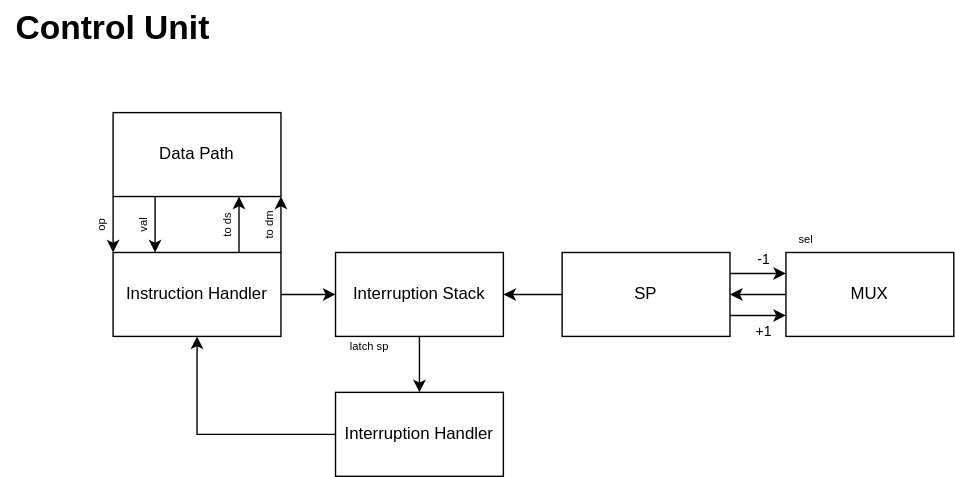
niikmynick/csa-lab3 keeps this draw.io diagram as schemes/CU.svg. Above is the earlier version. Source tidied: cells renumbered, new cells last; positions are measured from the earlier drawing's top-left corner, leaving out a move shared by most shapes. The source it was exported from:
```xml
<mxGraphModel>
  <root>
    <mxCell id="0" />
    <mxCell id="1" parent="0" />
    <mxCell id="2" value="&lt;font style=&quot;font-size: 24px;&quot;&gt;&lt;b&gt;Control Unit&lt;/b&gt;&lt;/font&gt;" style="text;html=1;align=center;verticalAlign=middle;whiteSpace=wrap;rounded=0;" parent="1" vertex="1">
      <mxGeometry width="160" height="40" as="geometry" />
    </mxCell>
    <mxCell id="3" style="edgeStyle=orthogonalEdgeStyle;rounded=0;jettySize=auto;html=1;exitX=0;exitY=1;exitDx=0;exitDy=0;entryX=0;entryY=0;entryDx=0;entryDy=0;" parent="1" edge="1" source="5" target="17">
      <mxGeometry relative="1" as="geometry" />
    </mxCell>
    <mxCell id="4" style="edgeStyle=orthogonalEdgeStyle;rounded=0;jettySize=auto;html=1;exitX=0.25;exitY=1;exitDx=0;exitDy=0;entryX=0.25;entryY=0;entryDx=0;entryDy=0;" parent="1" edge="1" source="5" target="17">
      <mxGeometry relative="1" as="geometry" />
    </mxCell>
    <mxCell id="5" value="Data Path" style="rounded=0;whiteSpace=wrap;html=1;" parent="1" vertex="1">
      <mxGeometry x="80" y="80" width="120" height="60" as="geometry" />
    </mxCell>
    <mxCell id="6" style="edgeStyle=orthogonalEdgeStyle;rounded=0;jettySize=auto;html=1;" parent="1" edge="1" source="7" target="19">
      <mxGeometry relative="1" as="geometry" />
    </mxCell>
    <mxCell id="7" value="Interruption Stack" style="rounded=0;whiteSpace=wrap;html=1;" parent="1" vertex="1">
      <mxGeometry x="239" y="180" width="120" height="60" as="geometry" />
    </mxCell>
    <mxCell id="8" style="edgeStyle=orthogonalEdgeStyle;rounded=0;jettySize=auto;html=1;" parent="1" edge="1" source="9" target="13">
      <mxGeometry relative="1" as="geometry" />
    </mxCell>
    <mxCell id="9" value="MUX" style="rounded=0;whiteSpace=wrap;html=1;" parent="1" vertex="1">
      <mxGeometry x="561" y="180" width="120" height="60" as="geometry" />
    </mxCell>
    <mxCell id="10" style="edgeStyle=orthogonalEdgeStyle;rounded=0;jettySize=auto;html=1;" parent="1" edge="1" source="13" target="7">
      <mxGeometry relative="1" as="geometry" />
    </mxCell>
    <mxCell id="11" style="edgeStyle=orthogonalEdgeStyle;rounded=0;jettySize=auto;html=1;exitX=1;exitY=0.75;exitDx=0;exitDy=0;entryX=0;entryY=0.75;entryDx=0;entryDy=0;" parent="1" edge="1" source="13" target="9">
      <mxGeometry relative="1" as="geometry" />
    </mxCell>
    <mxCell id="12" style="edgeStyle=orthogonalEdgeStyle;rounded=0;jettySize=auto;html=1;exitX=1;exitY=0.25;exitDx=0;exitDy=0;entryX=0;entryY=0.25;entryDx=0;entryDy=0;" parent="1" edge="1" source="13" target="9">
      <mxGeometry relative="1" as="geometry" />
    </mxCell>
    <mxCell id="13" value="SP" style="rounded=0;whiteSpace=wrap;html=1;" parent="1" vertex="1">
      <mxGeometry x="401" y="180" width="120" height="60" as="geometry" />
    </mxCell>
    <mxCell id="14" style="edgeStyle=orthogonalEdgeStyle;rounded=0;jettySize=auto;html=1;" parent="1" edge="1" source="17" target="7">
      <mxGeometry relative="1" as="geometry" />
    </mxCell>
    <mxCell id="15" style="edgeStyle=orthogonalEdgeStyle;rounded=0;jettySize=auto;html=1;exitX=0.75;exitY=0;exitDx=0;exitDy=0;entryX=0.75;entryY=1;entryDx=0;entryDy=0;" parent="1" edge="1" source="17" target="5">
      <mxGeometry relative="1" as="geometry" />
    </mxCell>
    <mxCell id="16" style="edgeStyle=orthogonalEdgeStyle;rounded=0;jettySize=auto;html=1;exitX=1;exitY=0;exitDx=0;exitDy=0;entryX=1;entryY=1;entryDx=0;entryDy=0;" parent="1" edge="1" source="17" target="5">
      <mxGeometry relative="1" as="geometry" />
    </mxCell>
    <mxCell id="17" value="Instruction Handler" style="rounded=0;whiteSpace=wrap;html=1;" parent="1" vertex="1">
      <mxGeometry x="80" y="180" width="120" height="60" as="geometry" />
    </mxCell>
    <mxCell id="18" style="edgeStyle=orthogonalEdgeStyle;rounded=0;jettySize=auto;html=1;exitX=0;exitY=0.5;exitDx=0;exitDy=0;entryX=0.5;entryY=1;entryDx=0;entryDy=0;" parent="1" edge="1" source="19" target="17">
      <mxGeometry relative="1" as="geometry" />
    </mxCell>
    <mxCell id="19" value="Interruption Handler" style="rounded=0;whiteSpace=wrap;html=1;" parent="1" vertex="1">
      <mxGeometry x="239" y="280" width="120" height="60" as="geometry" />
    </mxCell>
    <mxCell id="20" value="&lt;font style=&quot;font-size: 10px;&quot;&gt;+1&lt;/font&gt;" style="text;html=1;align=center;verticalAlign=middle;strokeColor=none;fillColor=none;" parent="1" vertex="1">
      <mxGeometry x="530" y="220.5" width="30" height="30" as="geometry" />
    </mxCell>
    <mxCell id="21" value="&lt;font style=&quot;font-size: 10px;&quot;&gt;-1&lt;/font&gt;" style="text;html=1;align=center;verticalAlign=middle;strokeColor=none;fillColor=none;" parent="1" vertex="1">
      <mxGeometry x="530" y="170" width="30" height="30" as="geometry" />
    </mxCell>
    <mxCell id="22" value="&lt;font style=&quot;font-size: 8px;&quot;&gt;latch sp&lt;/font&gt;" style="text;html=1;align=center;verticalAlign=middle;strokeColor=none;fillColor=none;rotation=0;" parent="1" vertex="1">
      <mxGeometry x="238" y="231" width="50" height="30" as="geometry" />
    </mxCell>
    <mxCell id="23" value="&lt;font style=&quot;font-size: 8px;&quot;&gt;sel&lt;/font&gt;" style="text;html=1;align=center;verticalAlign=middle;strokeColor=none;fillColor=none;" parent="1" vertex="1">
      <mxGeometry x="560" y="155" width="30" height="30" as="geometry" />
    </mxCell>
    <mxCell id="24" value="&lt;font style=&quot;font-size: 8px;&quot;&gt;op&lt;/font&gt;" style="text;html=1;align=center;verticalAlign=middle;strokeColor=none;fillColor=none;rotation=-90;" parent="1" vertex="1">
      <mxGeometry x="56" y="146" width="30" height="30" as="geometry" />
    </mxCell>
    <mxCell id="25" value="&lt;font style=&quot;font-size: 8px;&quot;&gt;val&lt;/font&gt;" style="text;html=1;align=center;verticalAlign=middle;strokeColor=none;fillColor=none;rotation=-90;" parent="1" vertex="1">
      <mxGeometry x="86" y="146" width="30" height="30" as="geometry" />
    </mxCell>
    <mxCell id="26" value="&lt;font style=&quot;font-size: 8px;&quot;&gt;to ds&lt;/font&gt;" style="text;html=1;align=center;verticalAlign=middle;strokeColor=none;fillColor=none;rotation=-90;" parent="1" vertex="1">
      <mxGeometry x="141" y="146" width="40" height="30" as="geometry" />
    </mxCell>
    <mxCell id="27" value="&lt;span style=&quot;font-size: 8px;&quot;&gt;to dm&lt;/span&gt;" style="text;html=1;align=center;verticalAlign=middle;strokeColor=none;fillColor=none;rotation=-90;" parent="1" vertex="1">
      <mxGeometry x="171" y="146" width="40" height="30" as="geometry" />
    </mxCell>
  </root>
</mxGraphModel>
```
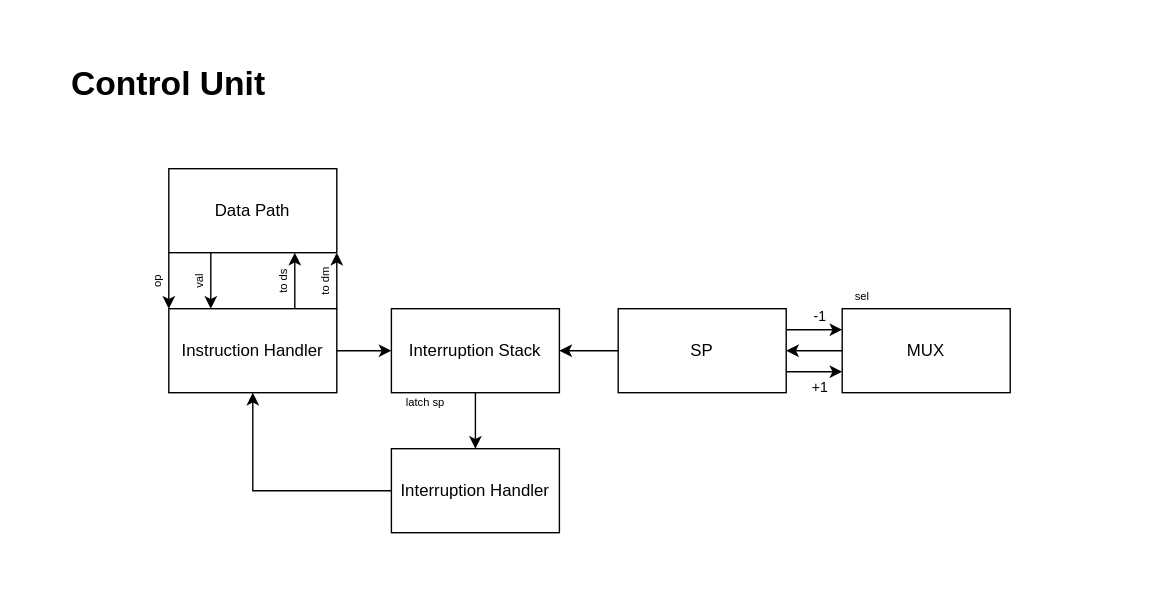
After the commit.

What changed in the source:
```diff
@@ -2,6 +2,9 @@
   <root>
     <mxCell id="0" />
     <mxCell id="1" parent="0" />
+    <mxCell id="28" style="rounded=0;whiteSpace=wrap;html=1;strokeColor=none;" parent="1" vertex="1">
+      <mxGeometry x="-40" y="-40" width="827" height="440" as="geometry" />
+    </mxCell>
     <mxCell id="2" value="&lt;font style=&quot;font-size: 24px;&quot;&gt;&lt;b&gt;Control Unit&lt;/b&gt;&lt;/font&gt;" style="text;html=1;align=center;verticalAlign=middle;whiteSpace=wrap;rounded=0;" parent="1" vertex="1">
       <mxGeometry width="160" height="40" as="geometry" />
     </mxCell>
```
